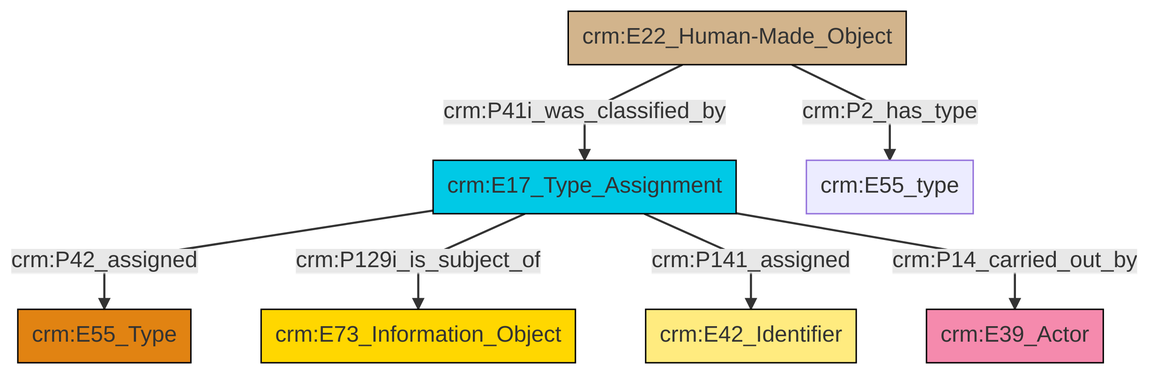
The Mermaid diagram et/builtWorkCSV/ttl/mmd/png/Built_Work_designation_status.png in swiss-art-research-net/docs.swissartresearch, before a commit. Its source is kept beside it as et/builtWorkCSV/ttl/mmd/Built_Work_designation_status.ttl.mmd.
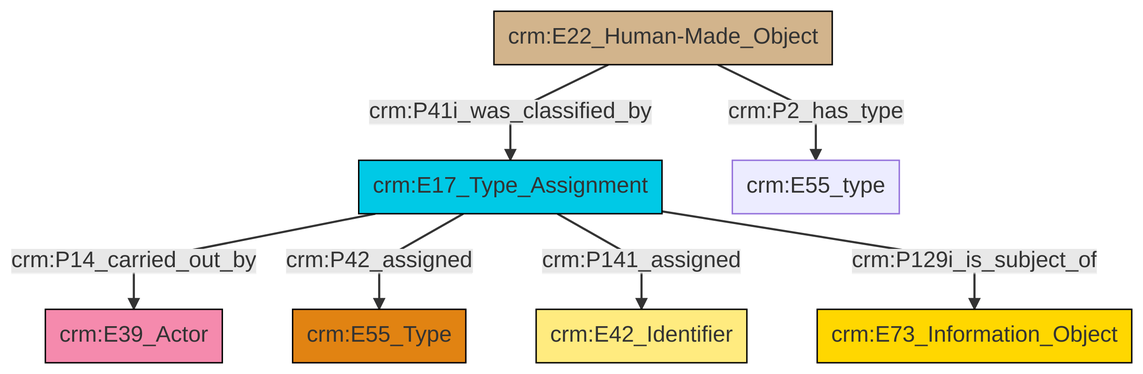
The same file after the commit.

What changed in the source:
```diff
@@ -13,9 +13,9 @@
 classDef PC_Classes fill:#4ce600, stroke:#000000;
 classDef Multi fill:#cccccc,stroke:#000000;
 
-0["crm:E17_Type_Assignment"]:::Temporal_Entity -->|crm:P42_assigned| 1["crm:E55_Type"]:::Type
-2["crm:E22_Human-Made_Object"]:::Physical_Thing -->|crm:P2_has_type| 3["crm:E55_type"]:::Default
-2["crm:E22_Human-Made_Object"]:::Physical_Thing -->|crm:P41i_was_classified_by| 0["crm:E17_Type_Assignment"]:::Temporal_Entity
-0["crm:E17_Type_Assignment"]:::Temporal_Entity -->|crm:P129i_is_subject_of| 6["crm:E73_Information_Object"]:::Conceptual_Object
-0["crm:E17_Type_Assignment"]:::Temporal_Entity -->|crm:P141_assigned| 4["crm:E42_Identifier"]:::Appellation
-0["crm:E17_Type_Assignment"]:::Temporal_Entity -->|crm:P14_carried_out_by| 8["crm:E39_Actor"]:::Actor
+4["crm:E17_Type_Assignment"]:::Temporal_Entity -->|crm:P14_carried_out_by| 5["crm:E39_Actor"]:::Actor
+4["crm:E17_Type_Assignment"]:::Temporal_Entity -->|crm:P42_assigned| 2["crm:E55_Type"]:::Type
+0["crm:E22_Human-Made_Object"]:::Physical_Thing -->|crm:P2_has_type| 8["crm:E55_type"]:::Default
+4["crm:E17_Type_Assignment"]:::Temporal_Entity -->|crm:P141_assigned| 6["crm:E42_Identifier"]:::Appellation
+0["crm:E22_Human-Made_Object"]:::Physical_Thing -->|crm:P41i_was_classified_by| 4["crm:E17_Type_Assignment"]:::Temporal_Entity
+4["crm:E17_Type_Assignment"]:::Temporal_Entity -->|crm:P129i_is_subject_of| 12["crm:E73_Information_Object"]:::Conceptual_Object
```
